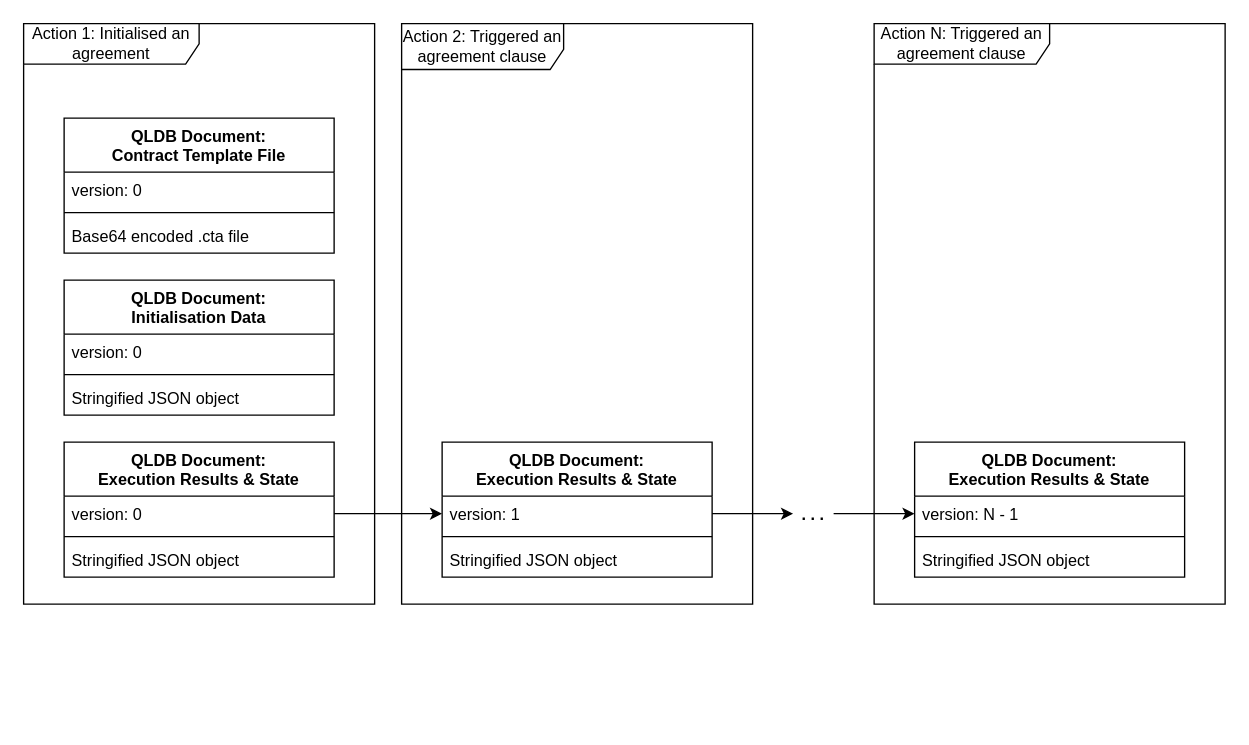
The draw.io diagram page "Blog: Agreement data model" (8 of 10) of docs/Architecture.drawio in accordproject/aws-qldb-lambda, before the edit. Source tidied: cells renumbered, new cells numbered last; positions are measured from the earlier drawing's top-left corner, leaving out a move shared by most shapes. Both pictures are drawn from the tidied source at 135%, with x=0, y=0 at pixel (23, 23).
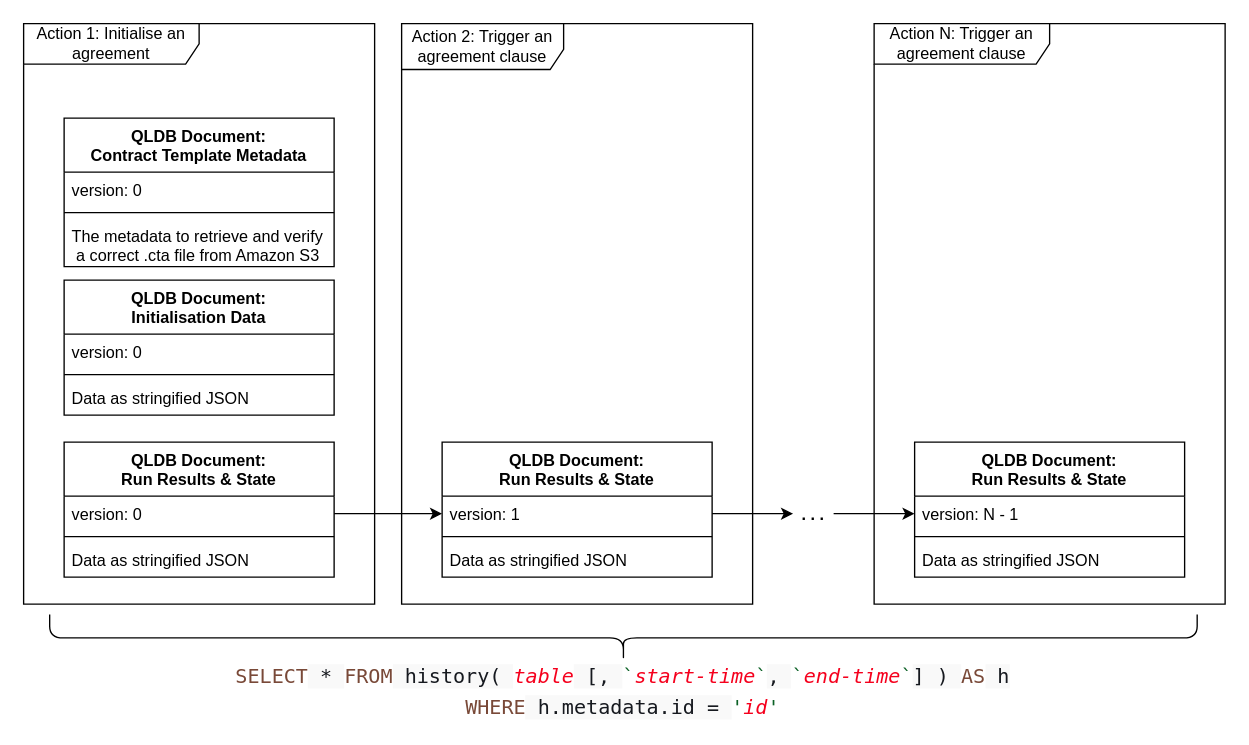
After the change.

Unchanged cells that the change refers to:
```xml
<mxCell id="7" value="QLDB Document:&#10;Initialisation Data" style="swimlane;fontStyle=1;align=center;verticalAlign=top;horizontal=1;startSize=40;strokeColor=#000000;" parent="1" vertex="1">
  <mxGeometry x="30" y="190" width="200" height="100" as="geometry" />
</mxCell>
```

Change to the diagram source:
```diff
@@
-    <mxCell id="2" value="Action 1: Initialised an agreement" style="shape=umlFrame;whiteSpace=wrap;html=1;strokeColor=#000000;width=130;height=30;" parent="1" vertex="1">
+    <mxCell id="2" value="Action 1: Initialise an agreement" style="shape=umlFrame;whiteSpace=wrap;html=1;strokeColor=#000000;width=130;height=30;" parent="1" vertex="1">
       <mxGeometry width="260" height="430" as="geometry" />
     </mxCell>
-    <mxCell id="3" value="QLDB Document:&#10;Contract Template File" style="swimlane;fontStyle=1;align=center;verticalAlign=top;horizontal=1;startSize=40;strokeColor=#000000;" parent="1" vertex="1">
-      <mxGeometry x="30" y="70" width="200" height="100" as="geometry" />
+    <mxCell id="3" value="QLDB Document:&#10;Contract Template Metadata" style="swimlane;fontStyle=1;align=center;verticalAlign=top;horizontal=1;startSize=40;strokeColor=#000000;" parent="1" vertex="1">
+      <mxGeometry x="30" y="70" width="200" height="110" as="geometry" />
     </mxCell>
@@
-    <mxCell id="6" value="Base64 encoded .cta file" style="text;strokeColor=none;fillColor=none;align=left;verticalAlign=top;spacingLeft=4;spacingRight=4;overflow=hidden;" parent="3" vertex="1">
-      <mxGeometry y="74" width="200" height="26" as="geometry" />
+    <mxCell id="6" value="The metadata to retrieve and verify&#10; a correct .cta file from Amazon S3" style="text;strokeColor=none;fillColor=none;align=left;verticalAlign=top;spacingLeft=4;spacingRight=4;overflow=hidden;" parent="3" vertex="1">
+      <mxGeometry y="74" width="200" height="36" as="geometry" />
     </mxCell>
@@
-    <mxCell id="10" value="Stringified JSON object" style="text;strokeColor=none;fillColor=none;align=left;verticalAlign=top;spacingLeft=4;spacingRight=4;overflow=hidden;" parent="7" vertex="1">
+    <mxCell id="10" value="Data as stringified JSON" style="text;strokeColor=none;fillColor=none;align=left;verticalAlign=top;spacingLeft=4;spacingRight=4;overflow=hidden;" parent="7" vertex="1">
       <mxGeometry y="74" width="200" height="26" as="geometry" />
     </mxCell>
-    <mxCell id="11" value="QLDB Document:&#10;Execution Results &amp; State" style="swimlane;fontStyle=1;align=center;verticalAlign=top;horizontal=1;startSize=40;strokeColor=#000000;" parent="1" vertex="1">
+    <mxCell id="11" value="QLDB Document:&#10;Run Results &amp; State" style="swimlane;fontStyle=1;align=center;verticalAlign=top;horizontal=1;startSize=40;strokeColor=#000000;" parent="1" vertex="1">
       <mxGeometry x="30" y="310" width="200" height="100" as="geometry" />
     </mxCell>
@@
-    <mxCell id="14" value="Stringified JSON object" style="text;strokeColor=none;fillColor=none;align=left;verticalAlign=top;spacingLeft=4;spacingRight=4;overflow=hidden;" parent="11" vertex="1">
+    <mxCell id="14" value="Data as stringified JSON" style="text;strokeColor=none;fillColor=none;align=left;verticalAlign=top;spacingLeft=4;spacingRight=4;overflow=hidden;" parent="11" vertex="1">
       <mxGeometry y="74" width="200" height="26" as="geometry" />
     </mxCell>
-    <mxCell id="15" value="Action 2: Triggered an agreement clause" style="shape=umlFrame;whiteSpace=wrap;html=1;strokeColor=#000000;width=120;height=34;" parent="1" vertex="1">
+    <mxCell id="15" value="Action 2: Trigger an agreement clause" style="shape=umlFrame;whiteSpace=wrap;html=1;strokeColor=#000000;width=120;height=34;" parent="1" vertex="1">
       <mxGeometry x="280" width="260" height="430" as="geometry" />
     </mxCell>
-    <mxCell id="16" value="QLDB Document:&#10;Execution Results &amp; State" style="swimlane;fontStyle=1;align=center;verticalAlign=top;horizontal=1;startSize=40;strokeColor=#000000;" parent="1" vertex="1">
+    <mxCell id="16" value="QLDB Document:&#10;Run Results &amp; State" style="swimlane;fontStyle=1;align=center;verticalAlign=top;horizontal=1;startSize=40;strokeColor=#000000;" parent="1" vertex="1">
       <mxGeometry x="310" y="310" width="200" height="100" as="geometry" />
     </mxCell>
@@
-    <mxCell id="19" value="Stringified JSON object" style="text;strokeColor=none;fillColor=none;align=left;verticalAlign=top;spacingLeft=4;spacingRight=4;overflow=hidden;" parent="16" vertex="1">
+    <mxCell id="19" value="Data as stringified JSON" style="text;strokeColor=none;fillColor=none;align=left;verticalAlign=top;spacingLeft=4;spacingRight=4;overflow=hidden;" parent="16" vertex="1">
       <mxGeometry y="74" width="200" height="26" as="geometry" />
     </mxCell>
-    <mxCell id="20" value="Action N: Triggered an agreement clause" style="shape=umlFrame;whiteSpace=wrap;html=1;strokeColor=#000000;width=130;height=30;" parent="1" vertex="1">
+    <mxCell id="20" value="Action N: Trigger an agreement clause" style="shape=umlFrame;whiteSpace=wrap;html=1;strokeColor=#000000;width=130;height=30;" parent="1" vertex="1">
       <mxGeometry x="630" width="260" height="430" as="geometry" />
     </mxCell>
-    <mxCell id="21" value="QLDB Document:&#10;Execution Results &amp; State" style="swimlane;fontStyle=1;align=center;verticalAlign=top;horizontal=1;startSize=40;strokeColor=#000000;" parent="1" vertex="1">
+    <mxCell id="21" value="QLDB Document:&#10;Run Results &amp; State" style="swimlane;fontStyle=1;align=center;verticalAlign=top;horizontal=1;startSize=40;strokeColor=#000000;" parent="1" vertex="1">
       <mxGeometry x="660" y="310" width="200" height="100" as="geometry" />
     </mxCell>
@@
-    <mxCell id="24" value="Stringified JSON object" style="text;strokeColor=none;fillColor=none;align=left;verticalAlign=top;spacingLeft=4;spacingRight=4;overflow=hidden;" parent="21" vertex="1">
+    <mxCell id="24" value="Data as stringified JSON" style="text;strokeColor=none;fillColor=none;align=left;verticalAlign=top;spacingLeft=4;spacingRight=4;overflow=hidden;" parent="21" vertex="1">
       <mxGeometry y="74" width="200" height="26" as="geometry" />
     </mxCell>
@@
+    <mxCell id="29" style="shape=curlyBracket;whiteSpace=wrap;html=1;rounded=1;rotation=-90;" parent="1" vertex="1">
+      <mxGeometry x="426.9" y="30" width="34.8" height="850" as="geometry" />
+    </mxCell>
+    <mxCell id="30" value="&lt;span class=&quot;hljs-keyword&quot; style=&quot;color: rgb(121 , 73 , 56) ; font-family: &amp;#34;monaco&amp;#34; , &amp;#34;menlo&amp;#34; , &amp;#34;consolas&amp;#34; , &amp;#34;courier prime&amp;#34; , &amp;#34;courier&amp;#34; , &amp;#34;courier new&amp;#34; , monospace ; font-size: 14.88px&quot;&gt;SELECT&lt;/span&gt;&lt;span style=&quot;color: rgb(22 , 25 , 31) ; font-family: &amp;#34;monaco&amp;#34; , &amp;#34;menlo&amp;#34; , &amp;#34;consolas&amp;#34; , &amp;#34;courier prime&amp;#34; , &amp;#34;courier&amp;#34; , &amp;#34;courier new&amp;#34; , monospace ; font-size: 14.88px ; background-color: rgb(249 , 249 , 249)&quot;&gt; * &lt;/span&gt;&lt;span class=&quot;hljs-keyword&quot; style=&quot;color: rgb(121 , 73 , 56) ; font-family: &amp;#34;monaco&amp;#34; , &amp;#34;menlo&amp;#34; , &amp;#34;consolas&amp;#34; , &amp;#34;courier prime&amp;#34; , &amp;#34;courier&amp;#34; , &amp;#34;courier new&amp;#34; , monospace ; font-size: 14.88px&quot;&gt;FROM&lt;/span&gt;&lt;span style=&quot;color: rgb(22 , 25 , 31) ; font-family: &amp;#34;monaco&amp;#34; , &amp;#34;menlo&amp;#34; , &amp;#34;consolas&amp;#34; , &amp;#34;courier prime&amp;#34; , &amp;#34;courier&amp;#34; , &amp;#34;courier new&amp;#34; , monospace ; font-size: 14.88px ; background-color: rgb(249 , 249 , 249)&quot;&gt; history( &lt;/span&gt;&lt;code class=&quot;replaceable&quot; style=&quot;font-family: &amp;#34;monaco&amp;#34; , &amp;#34;menlo&amp;#34; , &amp;#34;consolas&amp;#34; , &amp;#34;courier prime&amp;#34; , &amp;#34;courier&amp;#34; , &amp;#34;courier new&amp;#34; , monospace ; font-size: 14.88px ; margin: 0px ; overflow: auto ; line-height: 1.5em ; font-style: italic ; color: rgb(245 , 0 , 29) ; padding: 0px ; display: inline&quot;&gt;table&lt;/code&gt;&lt;span style=&quot;color: rgb(22 , 25 , 31) ; font-family: &amp;#34;monaco&amp;#34; , &amp;#34;menlo&amp;#34; , &amp;#34;consolas&amp;#34; , &amp;#34;courier prime&amp;#34; , &amp;#34;courier&amp;#34; , &amp;#34;courier new&amp;#34; , monospace ; font-size: 14.88px ; background-color: rgb(249 , 249 , 249)&quot;&gt; [, &lt;/span&gt;&lt;span class=&quot;hljs-string&quot; style=&quot;color: rgb(11 , 97 , 37) ; font-family: &amp;#34;monaco&amp;#34; , &amp;#34;menlo&amp;#34; , &amp;#34;consolas&amp;#34; , &amp;#34;courier prime&amp;#34; , &amp;#34;courier&amp;#34; , &amp;#34;courier new&amp;#34; , monospace ; font-size: 14.88px&quot;&gt;`&lt;/span&gt;&lt;code class=&quot;replaceable&quot; style=&quot;font-family: &amp;#34;monaco&amp;#34; , &amp;#34;menlo&amp;#34; , &amp;#34;consolas&amp;#34; , &amp;#34;courier prime&amp;#34; , &amp;#34;courier&amp;#34; , &amp;#34;courier new&amp;#34; , monospace ; font-size: 14.88px ; margin: 0px ; overflow: auto ; line-height: 1.5em ; font-style: italic ; color: rgb(245 , 0 , 29) ; padding: 0px ; display: inline&quot;&gt;start-time&lt;/code&gt;&lt;span class=&quot;hljs-string&quot; style=&quot;color: rgb(11 , 97 , 37) ; font-family: &amp;#34;monaco&amp;#34; , &amp;#34;menlo&amp;#34; , &amp;#34;consolas&amp;#34; , &amp;#34;courier prime&amp;#34; , &amp;#34;courier&amp;#34; , &amp;#34;courier new&amp;#34; , monospace ; font-size: 14.88px&quot;&gt;`&lt;/span&gt;&lt;span style=&quot;color: rgb(22 , 25 , 31) ; font-family: &amp;#34;monaco&amp;#34; , &amp;#34;menlo&amp;#34; , &amp;#34;consolas&amp;#34; , &amp;#34;courier prime&amp;#34; , &amp;#34;courier&amp;#34; , &amp;#34;courier new&amp;#34; , monospace ; font-size: 14.88px ; background-color: rgb(249 , 249 , 249)&quot;&gt;, &lt;/span&gt;&lt;span class=&quot;hljs-string&quot; style=&quot;color: rgb(11 , 97 , 37) ; font-family: &amp;#34;monaco&amp;#34; , &amp;#34;menlo&amp;#34; , &amp;#34;consolas&amp;#34; , &amp;#34;courier prime&amp;#34; , &amp;#34;courier&amp;#34; , &amp;#34;courier new&amp;#34; , monospace ; font-size: 14.88px&quot;&gt;`&lt;/span&gt;&lt;code class=&quot;replaceable&quot; style=&quot;font-family: &amp;#34;monaco&amp;#34; , &amp;#34;menlo&amp;#34; , &amp;#34;consolas&amp;#34; , &amp;#34;courier prime&amp;#34; , &amp;#34;courier&amp;#34; , &amp;#34;courier new&amp;#34; , monospace ; font-size: 14.88px ; margin: 0px ; overflow: auto ; line-height: 1.5em ; font-style: italic ; color: rgb(245 , 0 , 29) ; padding: 0px ; display: inline&quot;&gt;end-time&lt;/code&gt;&lt;span class=&quot;hljs-string&quot; style=&quot;color: rgb(11 , 97 , 37) ; font-family: &amp;#34;monaco&amp;#34; , &amp;#34;menlo&amp;#34; , &amp;#34;consolas&amp;#34; , &amp;#34;courier prime&amp;#34; , &amp;#34;courier&amp;#34; , &amp;#34;courier new&amp;#34; , monospace ; font-size: 14.88px&quot;&gt;`&lt;/span&gt;&lt;span style=&quot;color: rgb(22 , 25 , 31) ; font-family: &amp;#34;monaco&amp;#34; , &amp;#34;menlo&amp;#34; , &amp;#34;consolas&amp;#34; , &amp;#34;courier prime&amp;#34; , &amp;#34;courier&amp;#34; , &amp;#34;courier new&amp;#34; , monospace ; font-size: 14.88px ; background-color: rgb(249 , 249 , 249)&quot;&gt;] ) &lt;/span&gt;&lt;span class=&quot;hljs-keyword&quot; style=&quot;color: rgb(121 , 73 , 56) ; font-family: &amp;#34;monaco&amp;#34; , &amp;#34;menlo&amp;#34; , &amp;#34;consolas&amp;#34; , &amp;#34;courier prime&amp;#34; , &amp;#34;courier&amp;#34; , &amp;#34;courier new&amp;#34; , monospace ; font-size: 14.88px&quot;&gt;AS&lt;/span&gt;&lt;span style=&quot;color: rgb(22 , 25 , 31) ; font-family: &amp;#34;monaco&amp;#34; , &amp;#34;menlo&amp;#34; , &amp;#34;consolas&amp;#34; , &amp;#34;courier prime&amp;#34; , &amp;#34;courier&amp;#34; , &amp;#34;courier new&amp;#34; , monospace ; font-size: 14.88px ; background-color: rgb(249 , 249 , 249)&quot;&gt; h&lt;br/&gt;&lt;/span&gt;&lt;span class=&quot;hljs-keyword&quot; style=&quot;color: rgb(121 , 73 , 56) ; font-family: &amp;#34;monaco&amp;#34; , &amp;#34;menlo&amp;#34; , &amp;#34;consolas&amp;#34; , &amp;#34;courier prime&amp;#34; , &amp;#34;courier&amp;#34; , &amp;#34;courier new&amp;#34; , monospace ; font-size: 14.88px&quot;&gt;WHERE&lt;/span&gt;&lt;span style=&quot;color: rgb(22 , 25 , 31) ; font-family: &amp;#34;monaco&amp;#34; , &amp;#34;menlo&amp;#34; , &amp;#34;consolas&amp;#34; , &amp;#34;courier prime&amp;#34; , &amp;#34;courier&amp;#34; , &amp;#34;courier new&amp;#34; , monospace ; font-size: 14.88px ; background-color: rgb(249 , 249 , 249)&quot;&gt; h.metadata.id = &lt;/span&gt;&lt;span class=&quot;hljs-string&quot; style=&quot;color: rgb(11 , 97 , 37) ; font-family: &amp;#34;monaco&amp;#34; , &amp;#34;menlo&amp;#34; , &amp;#34;consolas&amp;#34; , &amp;#34;courier prime&amp;#34; , &amp;#34;courier&amp;#34; , &amp;#34;courier new&amp;#34; , monospace ; font-size: 14.88px&quot;&gt;'&lt;/span&gt;&lt;code class=&quot;replaceable&quot; style=&quot;font-family: &amp;#34;monaco&amp;#34; , &amp;#34;menlo&amp;#34; , &amp;#34;consolas&amp;#34; , &amp;#34;courier prime&amp;#34; , &amp;#34;courier&amp;#34; , &amp;#34;courier new&amp;#34; , monospace ; font-size: 14.88px ; margin: 0px ; overflow: auto ; line-height: 1.5em ; font-style: italic ; color: rgb(245 , 0 , 29) ; padding: 0px ; display: inline&quot;&gt;id&lt;/code&gt;&lt;span class=&quot;hljs-string&quot; style=&quot;color: rgb(11 , 97 , 37) ; font-family: &amp;#34;monaco&amp;#34; , &amp;#34;menlo&amp;#34; , &amp;#34;consolas&amp;#34; , &amp;#34;courier prime&amp;#34; , &amp;#34;courier&amp;#34; , &amp;#34;courier new&amp;#34; , monospace ; font-size: 14.88px&quot;&gt;'&lt;/span&gt;" style="text;html=1;strokeColor=none;fillColor=none;align=center;verticalAlign=middle;whiteSpace=wrap;rounded=0;" parent="1" vertex="1">
+      <mxGeometry x="39.3" y="485" width="810" height="20" as="geometry" />
+    </mxCell>
```
